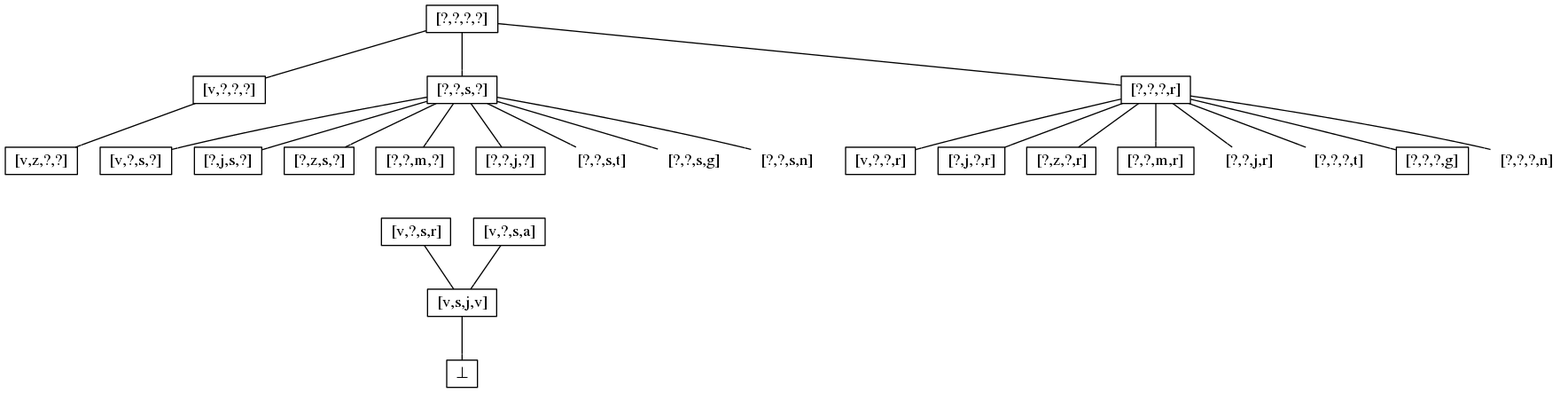
Before: resources/graphs/iteration_5.png, a diagram exported from Graphviz (NorfairKing/ai_alternative-exam). Its source is kept beside it as resources/graphs/iteration_5.dot.
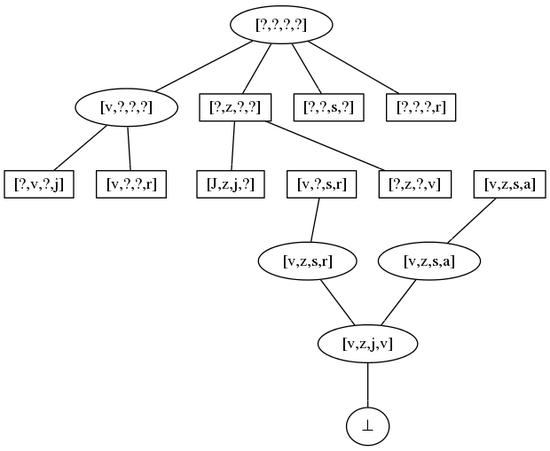
The same diagram one commit later.

What changed in the source:
```diff
@@ -2,64 +2,44 @@
     node [shape=rect height=0.1, width=0.2];
     edge [arrowhead = none];
 
-    top  [label = "[?,?,?,?]"];
-    bot  [label = "&#8869;"];
+    top  [label = "[?,?,?,?]",shape=ellipse];
+    bot  [label = "&#8869;",shape=ellipse];
 
-    ex_1 [label= "[v,s,j,v]"];
+    ex_1 [label= "[v,z,j,v]",shape=ellipse];
 
-    ex_2_1 [label = "[v,?,?,?]"];
+    ex_2_1 [label = "[v,?,?,?]",shape=ellipse];
+    ex_2_2 [label = "[?,z,?,?]"];
     ex_2_4 [label = "[?,?,s,?]"];
     ex_2_5 [label = "[?,?,?,r]"];
 
-    ex_3_2 [label = "[v,z,?,?]"];
+    ex_3_1  [label = "[?,v,?,j]"];
+    ex_3_4  [label = "[v,?,?,r]"];
 
-    ex_4_1 [label = "[v,?,s,r]"];
-    ex_4_2 [label = "[v,?,s,a]"];
+    ex_3_8  [label = "[J,z,j,?]"];
+    ex_3_10 [label = "[?,z,?,v]"];
 
-    ex_5_1 [label = "[v,?,s,?]"];
-    ex_5_2 [label = "[?,j,s,?]"];
-    ex_5_3 [label = "[?,z,s,?]"];
-    ex_5_4 [label = "[?,?,m,?]"];
-    ex_5_5 [label = "[?,?,j,?]"];
-    ex_5_6 [label = "[?,?,s,t]",shape=none];
-    ex_5_7 [label = "[?,?,s,g]",shape=none];
-    ex_5_8 [label = "[?,?,s,n]",shape=none];
+    ex_4_1 [label = "[v,z,s,r]",shape=ellipse];
+    ex_4_2 [label = "[v,z,s,a]",shape=ellipse];
 
-    ex_5_9 [label = "[v,?,?,r]"];
-    ex_5_a [label = "[?,j,?,r]"];
-    ex_5_b [label = "[?,z,?,r]"];
-    ex_5_c [label = "[?,?,m,r]"];
-    ex_5_d [label = "[?,?,j,r]",shape=none];
-    ex_5_e [label = "[?,?,?,t]",shape=none];
-    ex_5_f [label = "[?,?,?,g]"];
-    ex_5_g [label = "[?,?,?,n]",shape=none];
+    ex_5_1 [label = "[v,?,s,r]"];
+    ex_5_2 [label = "[v,z,s,a]"];
 
     top -> ex_2_1;
+    top -> ex_2_2;
     top -> ex_2_4;
     top -> ex_2_5;
 
-    ex_2_1 -> ex_3_2;
+    ex_2_1 -> ex_3_1;
+    ex_2_1 -> ex_3_4;
 
-    ex_2_4 -> ex_5_1;
-    ex_2_4 -> ex_5_2;
-    ex_2_4 -> ex_5_3;
-    ex_2_4 -> ex_5_4;
-    ex_2_4 -> ex_5_5;
-    ex_2_4 -> ex_5_6;
-    ex_2_4 -> ex_5_7;
-    ex_2_4 -> ex_5_8;
+    ex_2_2 -> ex_3_8;
+    ex_2_2 -> ex_3_10;
 
-    ex_2_5 -> ex_5_9;
-    ex_2_5 -> ex_5_a;
-    ex_2_5 -> ex_5_b;
-    ex_2_5 -> ex_5_c;
-    ex_2_5 -> ex_5_d;
-    ex_2_5 -> ex_5_e;
-    ex_2_5 -> ex_5_f;
-    ex_2_5 -> ex_5_g;
+    ex_3_8  -> ex_4_1[style=invis];
+    ex_3_10 -> ex_4_2[style=invis];
 
-    ex_5_4 -> ex_4_1[style=invis];
-    ex_5_5 -> ex_4_2[style=invis];
+    ex_5_1 -> ex_4_1;
+    ex_5_2 -> ex_4_2;
 
     ex_4_1 -> ex_1;
     ex_4_2 -> ex_1;
```
